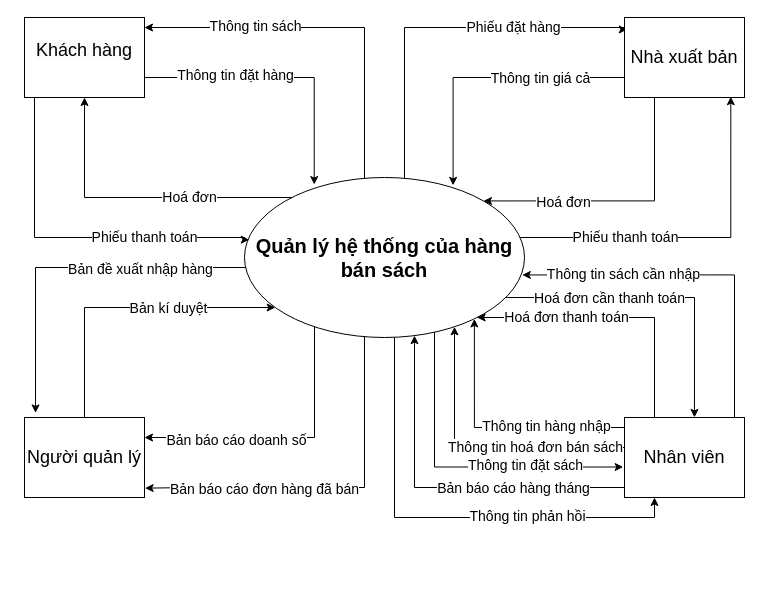
Before: page "Trang-2" (2 of 7) of QuanLyBanSach.drawio in leetrungtoans/BTVN_ITC_OOP_LEETRUNGTOANS, a draw.io diagram. Source tidied: cells renumbered, new cells numbered last; positions are measured from the earlier drawing's top-left corner, leaving out a move shared by most shapes. Both pictures are drawn from the tidied source at 100%, with x=0, y=0 at pixel (24, 17).
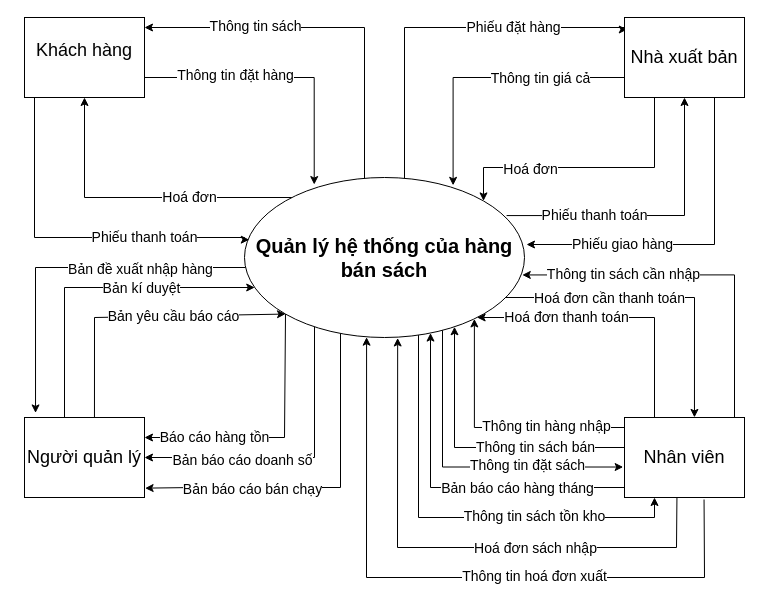
The same diagram, later.

The change refers to these unchanged cells:
```xml
<mxCell id="10" value="&lt;span style=&quot;font-size: 20px; font-weight: 700;&quot;&gt;Quản lý hệ thống của hàng bán sách&lt;/span&gt;" style="ellipse;whiteSpace=wrap;html=1;" parent="1" vertex="1">
  <mxGeometry x="220" y="160" width="280" height="160" as="geometry" />
</mxCell>
<mxCell id="14" value="&lt;font style=&quot;font-size: 18px;&quot;&gt;Nhà xuất bản&lt;/font&gt;" style="rounded=0;whiteSpace=wrap;html=1;" parent="1" vertex="1">
  <mxGeometry x="600" width="120" height="80" as="geometry" />
</mxCell>
<mxCell id="15" value="&lt;span style=&quot;font-size: 18px;&quot;&gt;Nhân viên&lt;/span&gt;" style="rounded=0;whiteSpace=wrap;html=1;" parent="1" vertex="1">
  <mxGeometry x="600" y="400" width="120" height="80" as="geometry" />
</mxCell>
<mxCell id="18" value="&lt;font style=&quot;font-size: 18px;&quot;&gt;Người quản lý&lt;/font&gt;" style="rounded=0;whiteSpace=wrap;html=1;" parent="1" vertex="1">
  <mxGeometry y="400" width="120" height="80" as="geometry" />
</mxCell>
<mxCell id="41" style="edgeStyle=orthogonalEdgeStyle;rounded=0;jettySize=auto;html=1;" parent="1" edge="1" source="15" target="10">
  <mxGeometry relative="1" as="geometry">
    <Array as="points">
      <mxPoint x="430" y="430" />
    </Array>
  </mxGeometry>
</mxCell>
```

The edit, as a diff of the source:
```diff
@@
-    <mxCell id="4" style="edgeStyle=orthogonalEdgeStyle;rounded=0;jettySize=auto;html=1;entryX=1;entryY=0.25;entryDx=0;entryDy=0;" parent="1" edge="1" source="10" target="18">
+    <mxCell id="4" style="edgeStyle=orthogonalEdgeStyle;rounded=0;jettySize=auto;html=1;entryX=1;entryY=0.5;entryDx=0;entryDy=0;" parent="1" edge="1" source="10" target="18">
       <mxGeometry relative="1" as="geometry">
         <Array as="points">
-          <mxPoint x="290" y="420" />
+          <mxPoint x="290" y="440" />
         </Array>
       </mxGeometry>
     </mxCell>
@@
     <mxCell id="8" style="edgeStyle=orthogonalEdgeStyle;rounded=0;jettySize=auto;html=1;entryX=0.25;entryY=1;entryDx=0;entryDy=0;" parent="1" edge="1" source="10" target="15">
       <mxGeometry relative="1" as="geometry">
         <Array as="points">
-          <mxPoint x="370" y="500" />
+          <mxPoint x="394" y="500" />
           <mxPoint x="630" y="500" />
         </Array>
       </mxGeometry>
     </mxCell>
-    <mxCell id="9" value="&lt;font style=&quot;font-size: 14px;&quot;&gt;Thông tin phản hồi&lt;/font&gt;" style="edgeLabel;html=1;align=center;verticalAlign=middle;" parent="8" vertex="1">
+    <mxCell id="9" value="&lt;font style=&quot;font-size: 14px;&quot;&gt;Thông tin sách tồn kho&lt;/font&gt;" style="edgeLabel;html=1;align=center;verticalAlign=middle;" parent="8" vertex="1">
       <mxGeometry x="0.36" y="2" relative="1" as="geometry" />
     </mxCell>
@@
     <mxCell id="12" style="edgeStyle=orthogonalEdgeStyle;rounded=0;jettySize=auto;html=1;exitX=0.25;exitY=1;exitDx=0;exitDy=0;entryX=1;entryY=0;entryDx=0;entryDy=0;" parent="1" edge="1" source="14" target="10">
       <mxGeometry relative="1" as="geometry">
         <Array as="points">
-          <mxPoint x="630" y="184" />
+          <mxPoint x="630" y="150" />
+          <mxPoint x="459" y="150" />
         </Array>
       </mxGeometry>
     </mxCell>
@@
     <mxCell id="16" style="edgeStyle=orthogonalEdgeStyle;rounded=0;jettySize=auto;html=1;" parent="1" edge="1" source="18" target="10">
       <mxGeometry relative="1" as="geometry">
         <Array as="points">
-          <mxPoint x="60" y="290" />
+          <mxPoint x="40" y="270" />
         </Array>
       </mxGeometry>
     </mxCell>
@@
     <mxCell id="25" style="edgeStyle=orthogonalEdgeStyle;rounded=0;jettySize=auto;html=1;entryX=1.005;entryY=0.883;entryDx=0;entryDy=0;entryPerimeter=0;" parent="1" edge="1" source="10" target="18">
       <mxGeometry relative="1" as="geometry">
         <Array as="points">
-          <mxPoint x="340" y="470" />
+          <mxPoint x="316" y="470" />
           <mxPoint x="170" y="470" />
         </Array>
       </mxGeometry>
     </mxCell>
-    <mxCell id="26" value="&lt;font style=&quot;font-size: 14px;&quot;&gt;Bản báo cáo đơn hàng đã bán&lt;/font&gt;" style="edgeLabel;html=1;align=center;verticalAlign=middle;" parent="25" vertex="1">
+    <mxCell id="26" value="&lt;font style=&quot;font-size: 14px;&quot;&gt;Bản báo cáo bán chạy&lt;/font&gt;" style="edgeLabel;html=1;align=center;verticalAlign=middle;" parent="25" vertex="1">
       <mxGeometry x="0.46" y="1" relative="1" as="geometry">
-        <mxPoint x="19" as="offset" />
+        <mxPoint x="12" as="offset" />
       </mxGeometry>
     </mxCell>
@@
-    <mxCell id="29" style="edgeStyle=orthogonalEdgeStyle;rounded=0;jettySize=auto;html=1;entryX=0.886;entryY=0.99;entryDx=0;entryDy=0;entryPerimeter=0;" parent="1" edge="1" source="10" target="14">
-      <mxGeometry relative="1" as="geometry">
-        <Array as="points">
-          <mxPoint x="706" y="220" />
-        </Array>
-      </mxGeometry>
-    </mxCell>
-    <mxCell id="30" value="&lt;font style=&quot;font-size: 14px;&quot;&gt;Phiếu thanh toán&lt;/font&gt;" style="edgeLabel;html=1;align=center;verticalAlign=middle;" parent="29" vertex="1">
-      <mxGeometry x="-0.4" y="1" relative="1" as="geometry" />
-    </mxCell>
@@
-    <mxCell id="42" value="&lt;font style=&quot;font-size: 14px;&quot;&gt;Thông tin hoá đơn bán sách&lt;/font&gt;" style="edgeLabel;html=1;align=center;verticalAlign=middle;" parent="41" vertex="1">
+    <mxCell id="42" value="&lt;font style=&quot;font-size: 14px;&quot;&gt;Thông tin sách bán&lt;/font&gt;" style="edgeLabel;html=1;align=center;verticalAlign=middle;" parent="41" vertex="1">
       <mxGeometry x="-0.38" y="-1" relative="1" as="geometry" />
     </mxCell>
     <mxCell id="43" style="edgeStyle=orthogonalEdgeStyle;rounded=0;jettySize=auto;html=1;entryX=-0.011;entryY=0.619;entryDx=0;entryDy=0;entryPerimeter=0;" parent="1" edge="1" source="10" target="15">
       <mxGeometry relative="1" as="geometry">
         <Array as="points">
-          <mxPoint x="410" y="449" />
+          <mxPoint x="418" y="450" />
         </Array>
       </mxGeometry>
     </mxCell>
@@
     <mxCell id="45" style="edgeStyle=orthogonalEdgeStyle;rounded=0;jettySize=auto;html=1;" parent="1" edge="1" source="15" target="10">
       <mxGeometry relative="1" as="geometry">
         <Array as="points">
-          <mxPoint x="390" y="470" />
+          <mxPoint x="406" y="470" />
         </Array>
       </mxGeometry>
     </mxCell>
@@
+    <mxCell id="47" style="endArrow=classic;html=1;rounded=0;exitX=0.437;exitY=1.005;exitDx=0;exitDy=0;exitPerimeter=0;entryX=0.547;entryY=1.003;entryDx=0;entryDy=0;entryPerimeter=0;" parent="1" edge="1" source="15" target="10">
+      <mxGeometry relative="1" as="geometry">
+        <Array as="points">
+          <mxPoint x="652" y="530" />
+          <mxPoint x="373" y="530" />
+        </Array>
+      </mxGeometry>
+    </mxCell>
+    <mxCell id="48" value="&lt;font style=&quot;font-size: 14px;&quot;&gt;Hoá đơn sách nhập&lt;/font&gt;" style="edgeLabel;html=1;align=center;verticalAlign=middle;" parent="47" vertex="1">
+      <mxGeometry x="-0.29" relative="1" as="geometry" />
+    </mxCell>
+    <mxCell id="49" style="endArrow=classic;html=1;rounded=0;exitX=0.663;exitY=1.025;exitDx=0;exitDy=0;exitPerimeter=0;entryX=0.436;entryY=0.998;entryDx=0;entryDy=0;entryPerimeter=0;" parent="1" edge="1" source="15" target="10">
+      <mxGeometry relative="1" as="geometry">
+        <Array as="points">
+          <mxPoint x="680" y="560" />
+          <mxPoint x="342" y="560" />
+        </Array>
+      </mxGeometry>
+    </mxCell>
+    <mxCell id="50" value="&lt;font style=&quot;font-size: 14px;&quot;&gt;Thông tin hoá đơn xuất&lt;/font&gt;" style="edgeLabel;html=1;align=center;verticalAlign=middle;" parent="49" vertex="1">
+      <mxGeometry x="-0.24" y="-2" relative="1" as="geometry" />
+    </mxCell>
+    <mxCell id="51" style="endArrow=classic;html=1;rounded=0;exitX=0;exitY=1;exitDx=0;exitDy=0;entryX=1;entryY=0.25;entryDx=0;entryDy=0;" parent="1" edge="1" source="10" target="18">
+      <mxGeometry relative="1" as="geometry">
+        <Array as="points">
+          <mxPoint x="260" y="420" />
+        </Array>
+      </mxGeometry>
+    </mxCell>
+    <mxCell id="52" value="&lt;font style=&quot;font-size: 14px;&quot;&gt;Báo cáo hàng tồn&lt;/font&gt;" style="edgeLabel;html=1;align=center;verticalAlign=middle;fontSize=14;" parent="51" vertex="1">
+      <mxGeometry x="0.48" y="-1" relative="1" as="geometry">
+        <mxPoint x="1" as="offset" />
+      </mxGeometry>
+    </mxCell>
+    <mxCell id="53" style="endArrow=classic;html=1;rounded=0;exitX=0.583;exitY=0;exitDx=0;exitDy=0;exitPerimeter=0;entryX=0;entryY=1;entryDx=0;entryDy=0;" parent="1" edge="1" source="18" target="10">
+      <mxGeometry relative="1" as="geometry">
+        <Array as="points">
+          <mxPoint x="70" y="300" />
+        </Array>
+      </mxGeometry>
+    </mxCell>
+    <mxCell id="54" value="&lt;font style=&quot;font-size: 14px;&quot;&gt;Bản yêu cầu báo cáo&lt;/font&gt;" style="edgeLabel;html=1;align=center;verticalAlign=middle;" parent="53" vertex="1">
+      <mxGeometry x="0.23" relative="1" as="geometry" />
+    </mxCell>
+    <mxCell id="55" style="endArrow=classic;html=1;rounded=0;exitX=0.75;exitY=1;exitDx=0;exitDy=0;" parent="1" edge="1" source="14">
+      <mxGeometry relative="1" as="geometry">
+        <mxPoint x="502" y="227" as="targetPoint" />
+        <Array as="points">
+          <mxPoint x="690" y="227" />
+        </Array>
+      </mxGeometry>
+    </mxCell>
+    <mxCell id="56" value="&lt;font style=&quot;font-size: 14px;&quot;&gt;Phiếu giao hàng&lt;/font&gt;" style="edgeLabel;html=1;align=center;verticalAlign=middle;" parent="55" vertex="1">
+      <mxGeometry x="0.44" y="-1" relative="1" as="geometry">
+        <mxPoint x="1" as="offset" />
+      </mxGeometry>
+    </mxCell>
+    <mxCell id="29" style="endArrow=classic;html=1;rounded=0;exitX=0.936;exitY=0.238;exitDx=0;exitDy=0;exitPerimeter=0;entryX=0.5;entryY=1;entryDx=0;entryDy=0;" parent="1" edge="1" source="10" target="14">
+      <mxGeometry relative="1" as="geometry">
+        <Array as="points">
+          <mxPoint x="660" y="198" />
+        </Array>
+      </mxGeometry>
+    </mxCell>
+    <mxCell id="30" value="&lt;font style=&quot;font-size: 14px;&quot;&gt;Phiếu thanh toán&lt;/font&gt;" style="edgeLabel;html=1;align=center;verticalAlign=middle;" parent="29" vertex="1">
+      <mxGeometry x="-0.41" y="1" relative="1" as="geometry" />
+    </mxCell>
```
